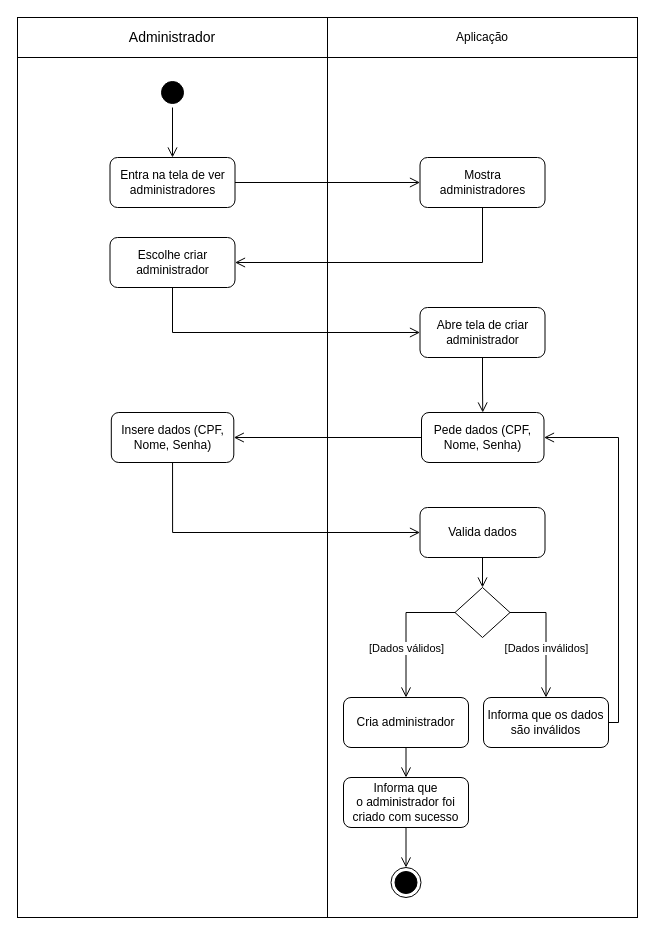
Before: Diagramas/Eng_de_Software/Modelos/Atividade/Create_Administrador.drawio in GabrielGMori/trabalho-conclus-o-ano, a draw.io diagram. Source tidied: cells renumbered, new cells numbered last; positions are measured from the earlier drawing's top-left corner, leaving out a move shared by most shapes. Both pictures are drawn from the tidied source at 100%, with x=0, y=0 at pixel (17, 17).
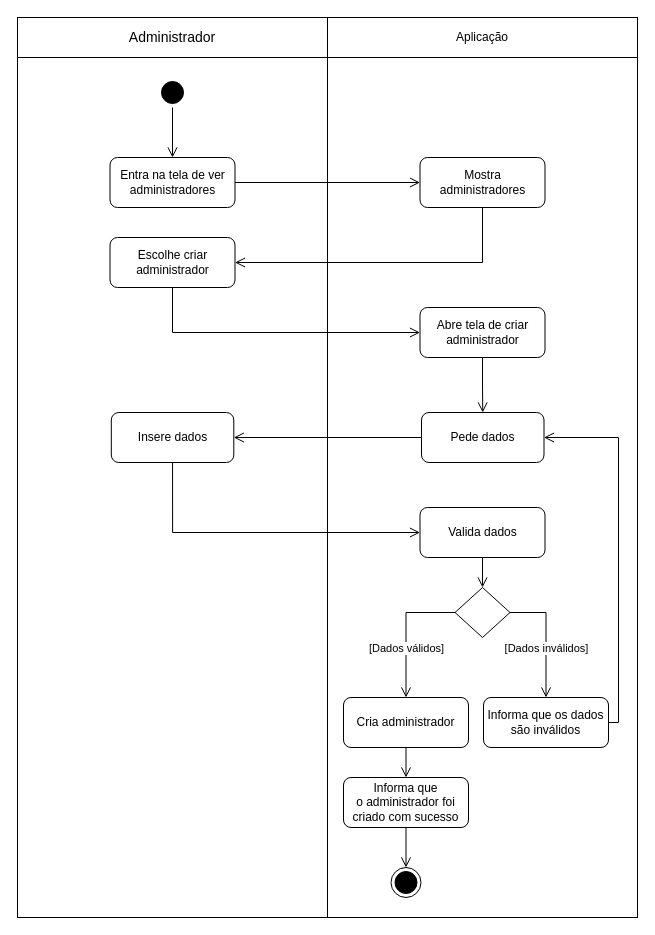
Above is the later version.

Change to the diagram source:
```diff
@@
-    <mxCell id="9" value="Pede dados (CPF, Nome, Senha)" style="rounded=1;whiteSpace=wrap;html=1;" parent="1" vertex="1">
+    <mxCell id="9" value="Pede dados" style="rounded=1;whiteSpace=wrap;html=1;" parent="1" vertex="1">
       <mxGeometry x="404" y="395" width="122.5" height="50" as="geometry" />
     </mxCell>
@@
-    <mxCell id="33" value="Insere dados (CPF, Nome, Senha)" style="rounded=1;whiteSpace=wrap;html=1;" parent="1" vertex="1">
+    <mxCell id="33" value="Insere dados" style="rounded=1;whiteSpace=wrap;html=1;" parent="1" vertex="1">
       <mxGeometry x="93.8" y="395" width="122.5" height="50" as="geometry" />
     </mxCell>
```
